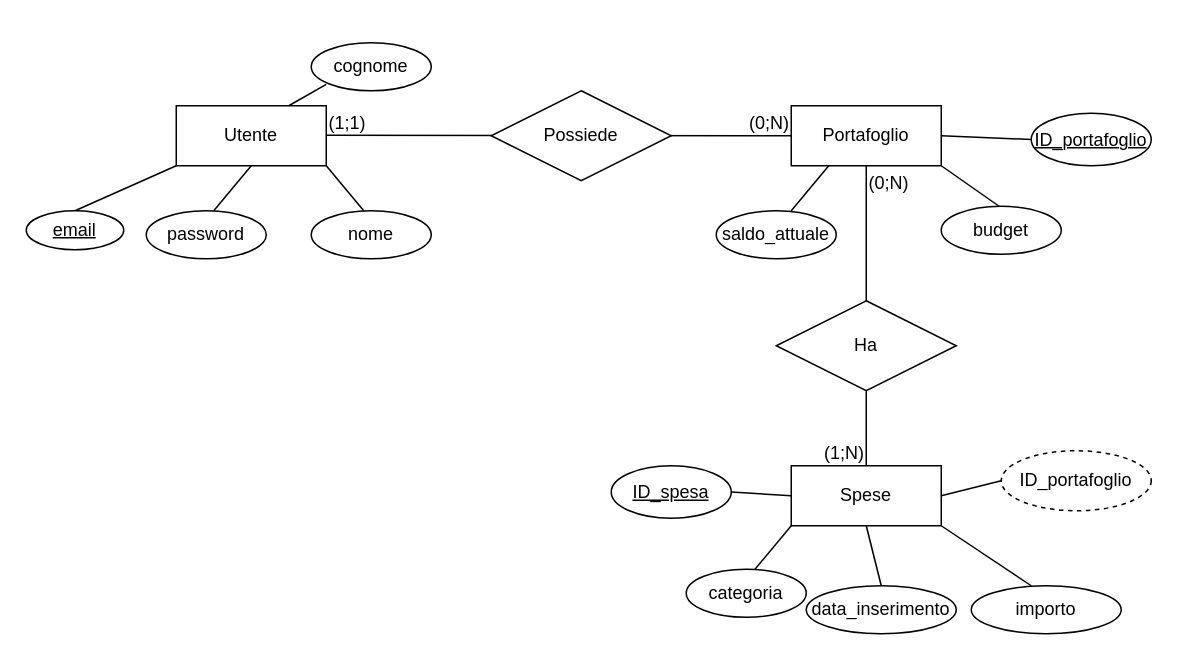
This is DB/Schema E_R.drawio from Tommaso1809/BalanceBuddy, a draw.io file, before an edit. Source tidied: cells renumbered, new cells numbered last; positions are measured from the earlier drawing's top-left corner, leaving out a move shared by most shapes. Both pictures are drawn from the tidied source at 150%, with x=0, y=0 at pixel (26, 42).
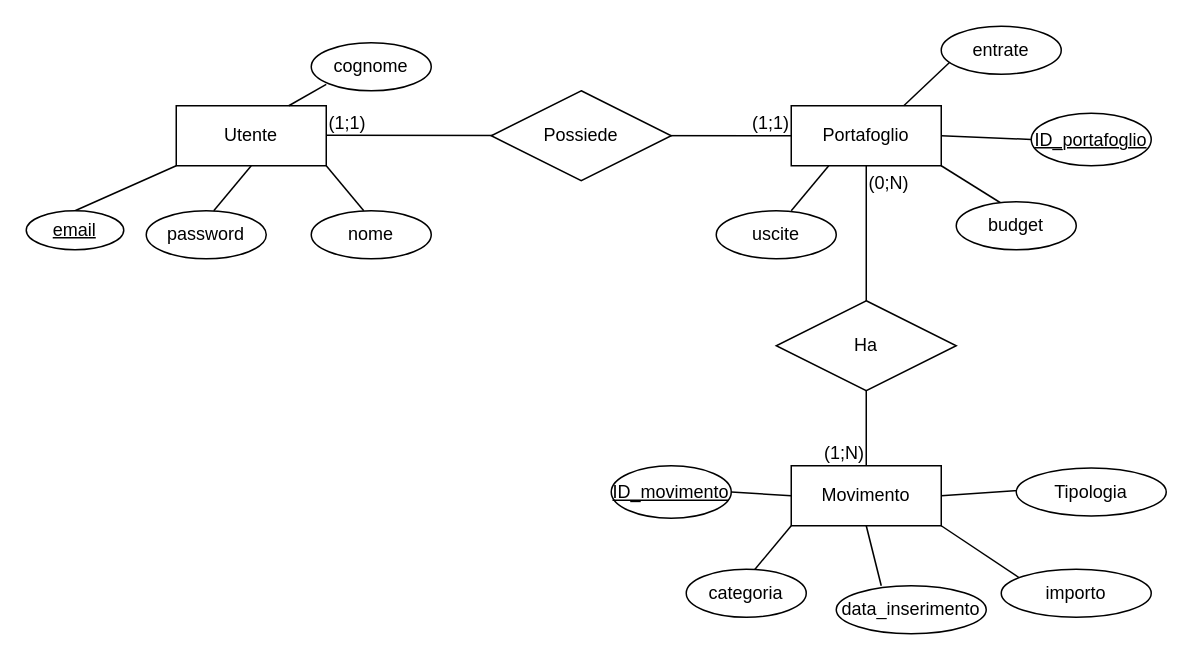
After the change.

Unchanged cells that the change refers to:
```xml
<mxCell id="3" value="Portafoglio" style="whiteSpace=wrap;html=1;align=center;" parent="1" vertex="1">
  <mxGeometry x="510" y="42" width="100" height="40" as="geometry" />
</mxCell>
<mxCell id="4" style="endArrow=none;html=1;rounded=0;entryX=0;entryY=0.5;entryDx=0;entryDy=0;" parent="1" edge="1" target="3">
  <mxGeometry relative="1" as="geometry">
    <mxPoint x="200" y="61.7" as="sourcePoint" />
  </mxGeometry>
</mxCell>
```

Diff of the diagram source:
```diff
@@
-    <mxCell id="6" value="(0;N)" style="html=1;whiteSpace=wrap;align=right;verticalAlign=bottom;" parent="4" vertex="1">
+    <mxCell id="6" value="(1;1)" style="html=1;whiteSpace=wrap;align=right;verticalAlign=bottom;" parent="4" vertex="1">
       <mxGeometry x="1" relative="1" as="geometry" />
     </mxCell>
@@
-    <mxCell id="17" value="Spese" style="whiteSpace=wrap;html=1;align=center;" parent="1" vertex="1">
+    <mxCell id="17" value="Movimento" style="whiteSpace=wrap;html=1;align=center;" parent="1" vertex="1">
       <mxGeometry x="510" y="282" width="100" height="40" as="geometry" />
     </mxCell>
@@
     <mxCell id="21" style="endArrow=none;html=1;rounded=0;exitX=0.5;exitY=0;exitDx=0;exitDy=0;entryX=1;entryY=1;entryDx=0;entryDy=0;" parent="1" edge="1" target="3">
       <mxGeometry relative="1" as="geometry">
-        <mxPoint x="650" y="110" as="sourcePoint" />
+        <mxPoint x="650" y="107" as="sourcePoint" />
       </mxGeometry>
     </mxCell>
@@
-    <mxCell id="25" value="ID_spesa" style="ellipse;whiteSpace=wrap;html=1;align=center;fontStyle=4;" parent="1" vertex="1">
+    <mxCell id="25" value="ID_movimento" style="ellipse;whiteSpace=wrap;html=1;align=center;fontStyle=4;" parent="1" vertex="1">
       <mxGeometry x="390" y="282" width="80" height="35" as="geometry" />
     </mxCell>
@@
-    <mxCell id="30" value="saldo_attuale" style="ellipse;whiteSpace=wrap;html=1;align=center;" parent="1" vertex="1">
+    <mxCell id="30" value="uscite" style="ellipse;whiteSpace=wrap;html=1;align=center;" parent="1" vertex="1">
       <mxGeometry x="460" y="112" width="80" height="32" as="geometry" />
     </mxCell>
     <mxCell id="31" value="budget" style="ellipse;whiteSpace=wrap;html=1;align=center;" parent="1" vertex="1">
-      <mxGeometry x="610" y="109" width="80" height="32" as="geometry" />
+      <mxGeometry x="620" y="106" width="80" height="32" as="geometry" />
     </mxCell>
@@
     <mxCell id="33" value="data_inserimento" style="ellipse;whiteSpace=wrap;html=1;align=center;" parent="1" vertex="1">
-      <mxGeometry x="520" y="362" width="100" height="32" as="geometry" />
+      <mxGeometry x="540" y="362" width="100" height="32" as="geometry" />
     </mxCell>
     <mxCell id="34" value="importo" style="ellipse;whiteSpace=wrap;html=1;align=center;" parent="1" vertex="1">
-      <mxGeometry x="630" y="362" width="100" height="32" as="geometry" />
+      <mxGeometry x="650" y="351" width="100" height="32" as="geometry" />
     </mxCell>
-    <mxCell id="35" value="ID_portafoglio" style="ellipse;whiteSpace=wrap;html=1;align=center;dashed=1;" parent="1" vertex="1">
-      <mxGeometry x="650" y="272" width="100" height="40" as="geometry" />
-    </mxCell>
-    <mxCell id="36" style="endArrow=none;html=1;rounded=0;entryX=0;entryY=0.5;entryDx=0;entryDy=0;" parent="1" edge="1" target="35">
-      <mxGeometry relative="1" as="geometry">
-        <mxPoint x="610" y="302" as="sourcePoint" />
-      </mxGeometry>
-    </mxCell>
+    <mxCell id="37" style="endArrow=none;html=1;rounded=0;entryX=1;entryY=0.5;entryDx=0;entryDy=0;" parent="1" edge="1" target="17">
+      <mxGeometry relative="1" as="geometry">
+        <mxPoint x="697" y="296" as="sourcePoint" />
+      </mxGeometry>
+    </mxCell>
+    <mxCell id="38" value="Tipologia" style="ellipse;whiteSpace=wrap;html=1;align=center;" parent="1" vertex="1">
+      <mxGeometry x="660" y="283.5" width="100" height="32" as="geometry" />
+    </mxCell>
+    <mxCell id="39" style="endArrow=none;html=1;rounded=0;exitX=0.5;exitY=0;exitDx=0;exitDy=0;entryX=0.75;entryY=0;entryDx=0;entryDy=0;" parent="1" edge="1" target="3">
+      <mxGeometry relative="1" as="geometry">
+        <mxPoint x="640" y="-10" as="sourcePoint" />
+      </mxGeometry>
+    </mxCell>
+    <mxCell id="40" value="entrate" style="ellipse;whiteSpace=wrap;html=1;align=center;" parent="1" vertex="1">
+      <mxGeometry x="610" y="-11" width="80" height="32" as="geometry" />
+    </mxCell>
```
